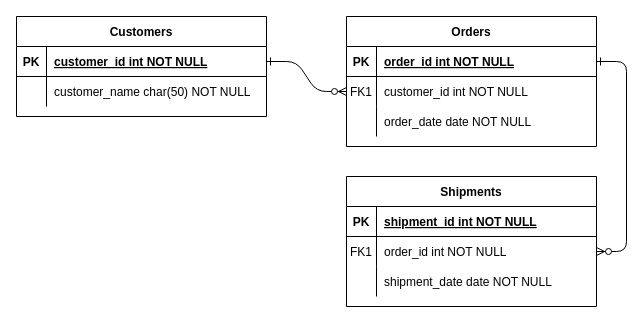
Ryuto-A/Ryuto-A keeps this draw.io diagram as RUNTEQ DB・SQL基礎8 Webアプリのテーブル作成.drawio. Above is the earlier version. Source tidied: cells renumbered, new cells numbered last; positions are measured from the earlier drawing's top-left corner, leaving out a move shared by most shapes. Both pictures are drawn from the tidied source at 100%, with x=0, y=0 at pixel (16, 16).
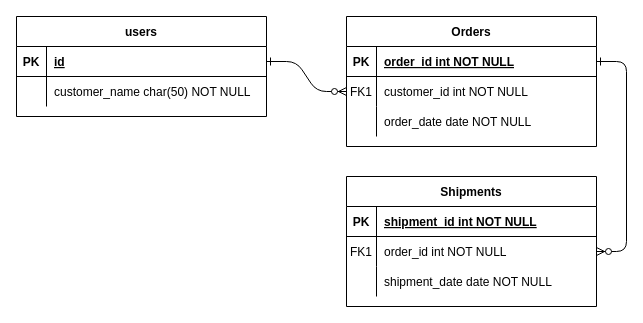
The same diagram, later.

Commit message (it also covers changes not shown here):
RUNTEQ DB・SQL基礎8 Webアプリのテーブル作成.drawio を更新します

The change refers to these unchanged cells:
```xml
<mxCell id="25" style="shape=partialRectangle;fillColor=none;points=[[0,0.5],[1,0.5]];portConstraint=eastwest;top=0;left=0;right=0;bottom=1;" parent="24" vertex="1">
  <mxGeometry y="30" width="250" height="30" as="geometry" />
</mxCell>
```

Change to the diagram source:
```diff
@@
-    <mxCell id="24" value="Customers" style="shape=table;startSize=30;childLayout=tableLayout;rowLines=0;fontStyle=1;align=center;" parent="1" vertex="1">
+    <mxCell id="24" value="users" style="shape=table;startSize=30;childLayout=tableLayout;rowLines=0;fontStyle=1;align=center;" parent="1" vertex="1">
       <mxGeometry width="250" height="100" as="geometry" />
     </mxCell>
@@
-    <mxCell id="27" value="customer_id int NOT NULL " style="shape=partialRectangle;overflow=hidden;fillColor=none;top=0;left=0;bottom=0;right=0;align=left;spacingLeft=6;fontStyle=5;" parent="25" vertex="1">
+    <mxCell id="27" value="id" style="shape=partialRectangle;overflow=hidden;fillColor=none;top=0;left=0;bottom=0;right=0;align=left;spacingLeft=6;fontStyle=5;" parent="25" vertex="1">
       <mxGeometry x="30" width="220" height="30" as="geometry" />
     </mxCell>
```
